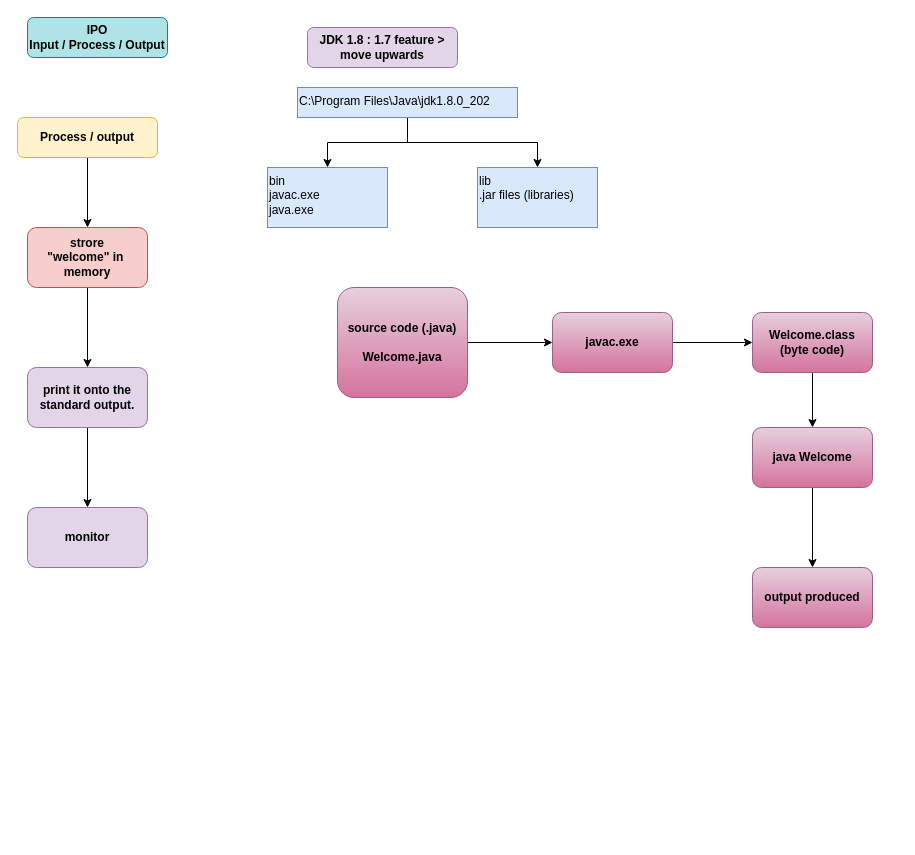
The draw.io diagram page "gs" (1 of 5) of 1 Java/guides/gs.drawio in illydali/TrainingGIT0704, before the edit. Source tidied: cells renumbered, new cells numbered last; positions are measured from the earlier drawing's top-left corner, leaving out a move shared by most shapes. Both pictures are drawn from the tidied source at 100%, with x=0, y=0 at pixel (17, 17). Pictures stored in the file or linked from it are replaced by grey dashed boxes.
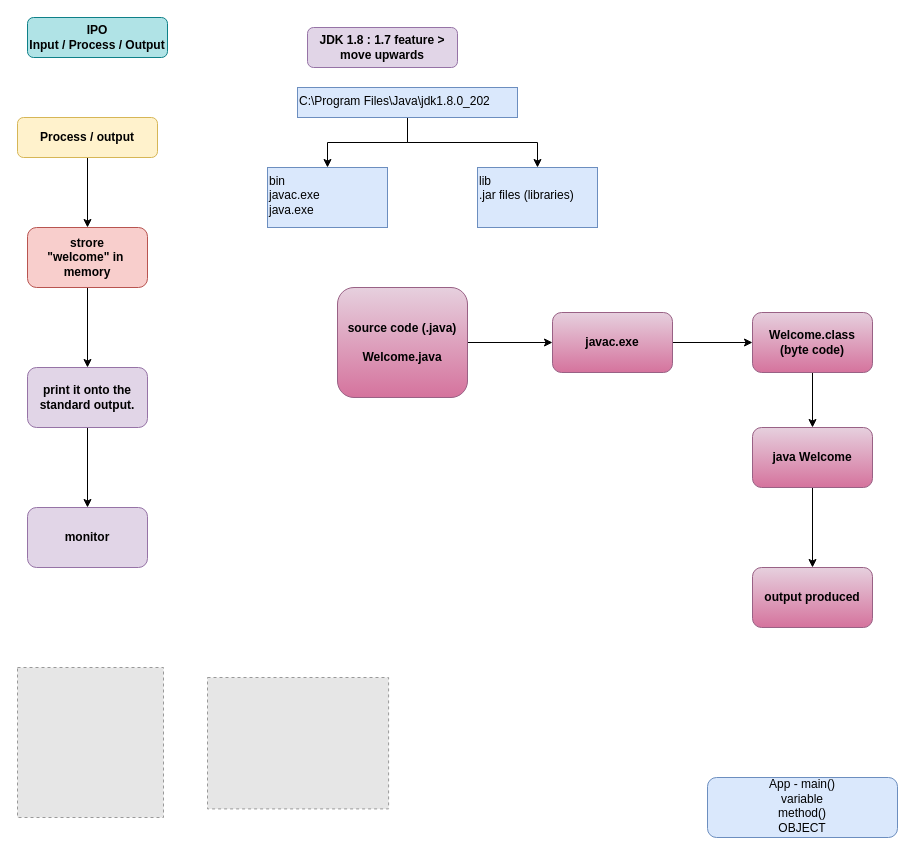
The same diagram, later.

Change to the diagram source:
```diff
@@
+    <mxCell id="25" style="fillColor=#E6E6E6;strokeColor=#999999;dashed=1;verticalLabelPosition=bottom;labelBackgroundColor=#ffffff;verticalAlign=top;" parent="1" vertex="1">
+      <mxGeometry y="650" width="146" height="150" as="geometry" />
+    </mxCell>
+    <mxCell id="26" value="App - main()&lt;br&gt;variable&lt;br&gt;method()&lt;br&gt;OBJECT" style="rounded=1;whiteSpace=wrap;html=1;fillColor=#dae8fc;strokeColor=#6c8ebf;verticalAlign=bottom;" parent="1" vertex="1">
+      <mxGeometry x="690" y="760" width="190" height="60" as="geometry" />
+    </mxCell>
+    <mxCell id="27" style="fillColor=#E6E6E6;strokeColor=#999999;dashed=1;verticalLabelPosition=bottom;labelBackgroundColor=#ffffff;verticalAlign=top;" parent="1" vertex="1">
+      <mxGeometry x="190" y="660" width="181.1" height="131.4" as="geometry" />
+    </mxCell>
```
